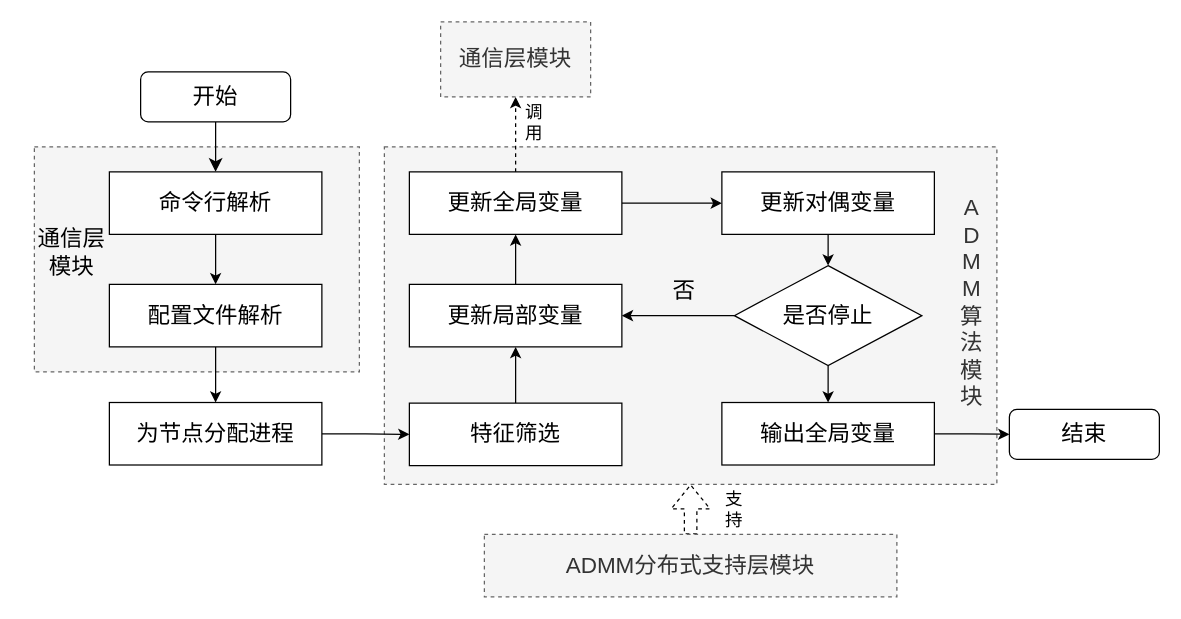
This is final.drawio from abdzhangzeyu/draw.io, a draw.io file, before an edit. Source tidied: cells renumbered, new cells numbered last; positions are measured from the earlier drawing's top-left corner, leaving out a move shared by most shapes. Both pictures are drawn from the tidied source at 125%, with x=0, y=0 at pixel (21, 21).
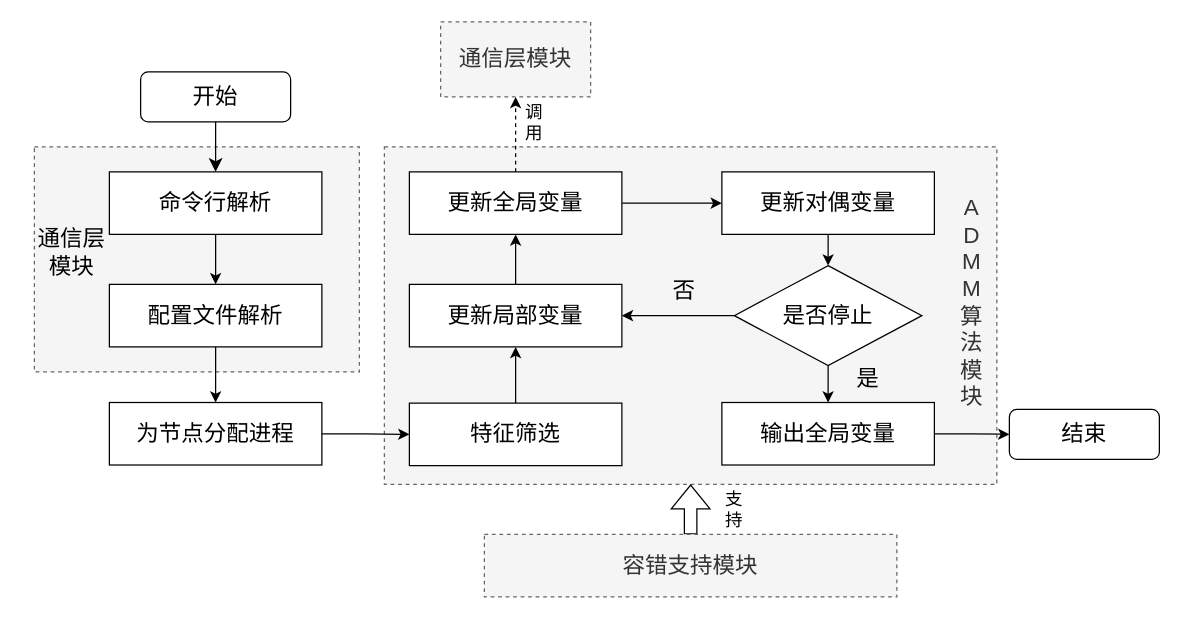
The same diagram, later.

Unchanged cells that the change refers to:
```xml
<mxCell id="3" style="rounded=0;whiteSpace=wrap;html=1;dashed=1;fillColor=#f5f5f5;fontColor=#333333;strokeColor=#666666;" parent="1" vertex="1">
  <mxGeometry x="290" y="100" width="490" height="270" as="geometry" />
</mxCell>
```

The edit, as a diff of the source:
```diff
@@
-    <mxCell id="32" style="edgeStyle=orthogonalEdgeStyle;rounded=0;jettySize=auto;html=1;exitX=0.5;exitY=0;exitDx=0;exitDy=0;entryX=0.5;entryY=1;entryDx=0;entryDy=0;shape=flexArrow;dashed=1;" parent="1" edge="1" source="33" target="3">
+    <mxCell id="32" style="edgeStyle=orthogonalEdgeStyle;rounded=0;jettySize=auto;html=1;exitX=0.5;exitY=0;exitDx=0;exitDy=0;entryX=0.5;entryY=1;entryDx=0;entryDy=0;shape=flexArrow;" parent="1" edge="1" source="33" target="3">
       <mxGeometry relative="1" as="geometry" />
     </mxCell>
-    <mxCell id="33" value="&lt;font style=&quot;font-size: 18px;&quot;&gt;ADMM分布式支持层模块&lt;/font&gt;" style="rounded=0;whiteSpace=wrap;html=1;dashed=1;fillColor=#f5f5f5;fontColor=#333333;strokeColor=#666666;" parent="1" vertex="1">
+    <mxCell id="33" value="&lt;span style=&quot;font-size: 18px;&quot;&gt;容错支持模块&lt;/span&gt;" style="rounded=0;whiteSpace=wrap;html=1;dashed=1;fillColor=#f5f5f5;fontColor=#333333;strokeColor=#666666;" parent="1" vertex="1">
       <mxGeometry x="370" y="410" width="330" height="50" as="geometry" />
     </mxCell>
@@
+    <mxCell id="35" value="&lt;span style=&quot;font-size: 18px;&quot;&gt;是&lt;/span&gt;" style="text;html=1;strokeColor=none;fillColor=none;align=center;verticalAlign=middle;whiteSpace=wrap;rounded=0;" parent="1" vertex="1">
+      <mxGeometry x="647" y="271" width="60" height="30" as="geometry" />
+    </mxCell>
```
